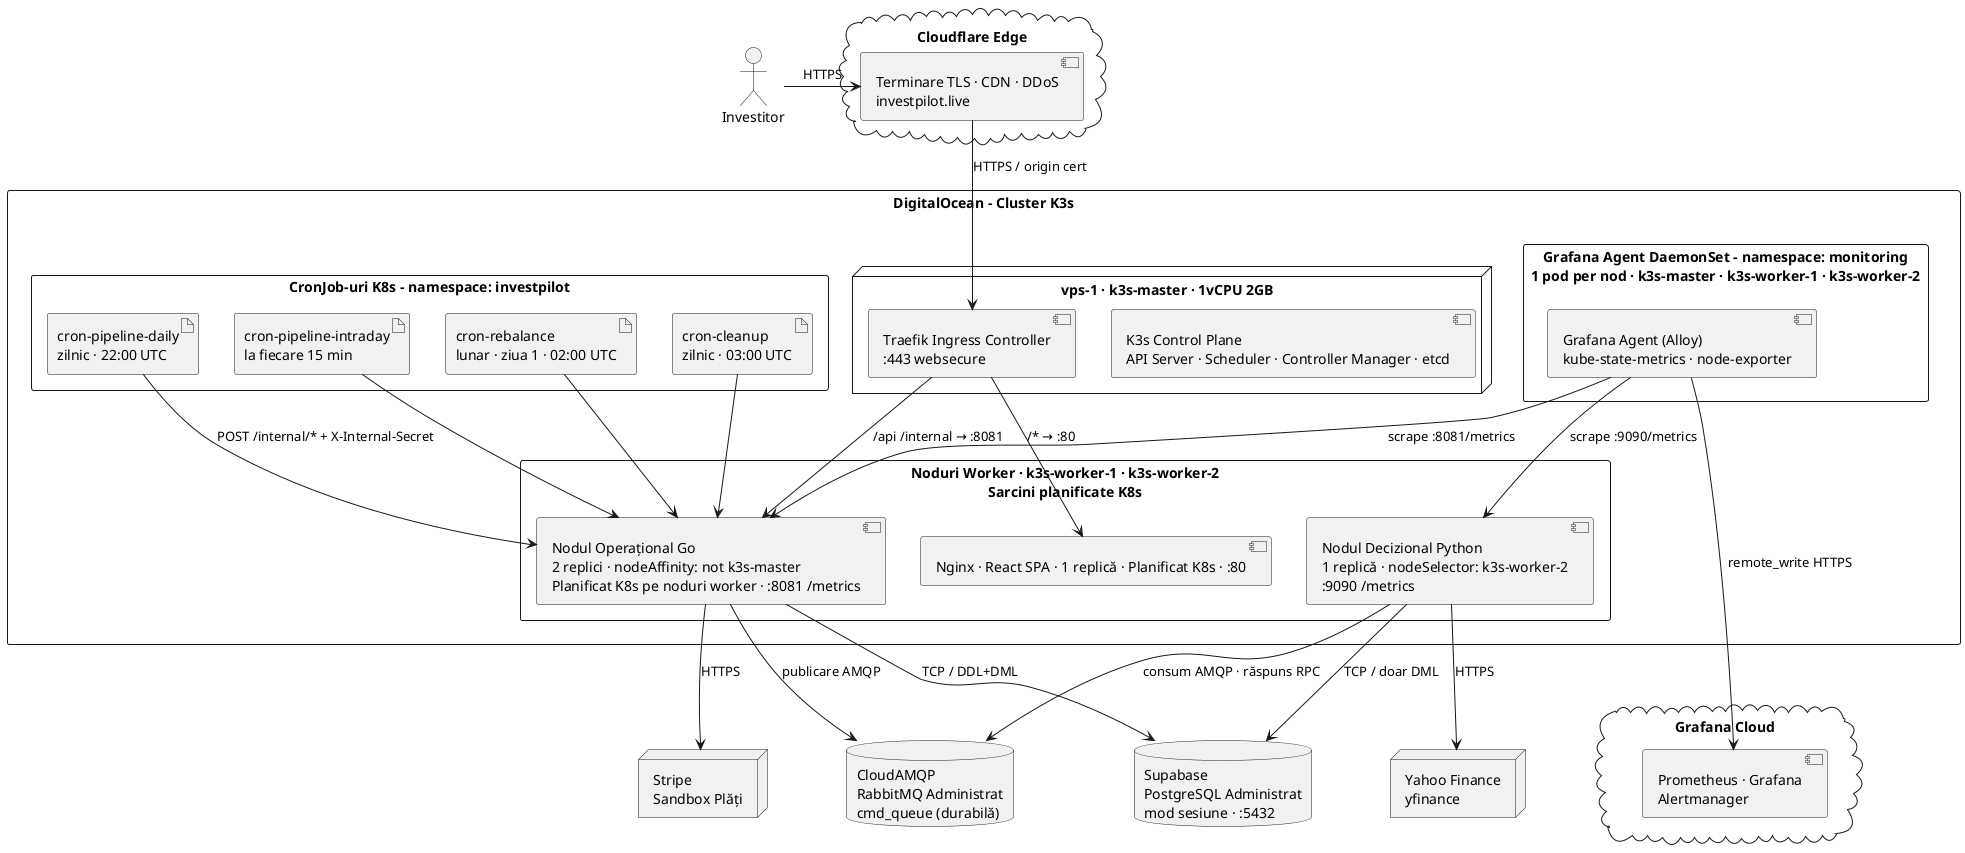
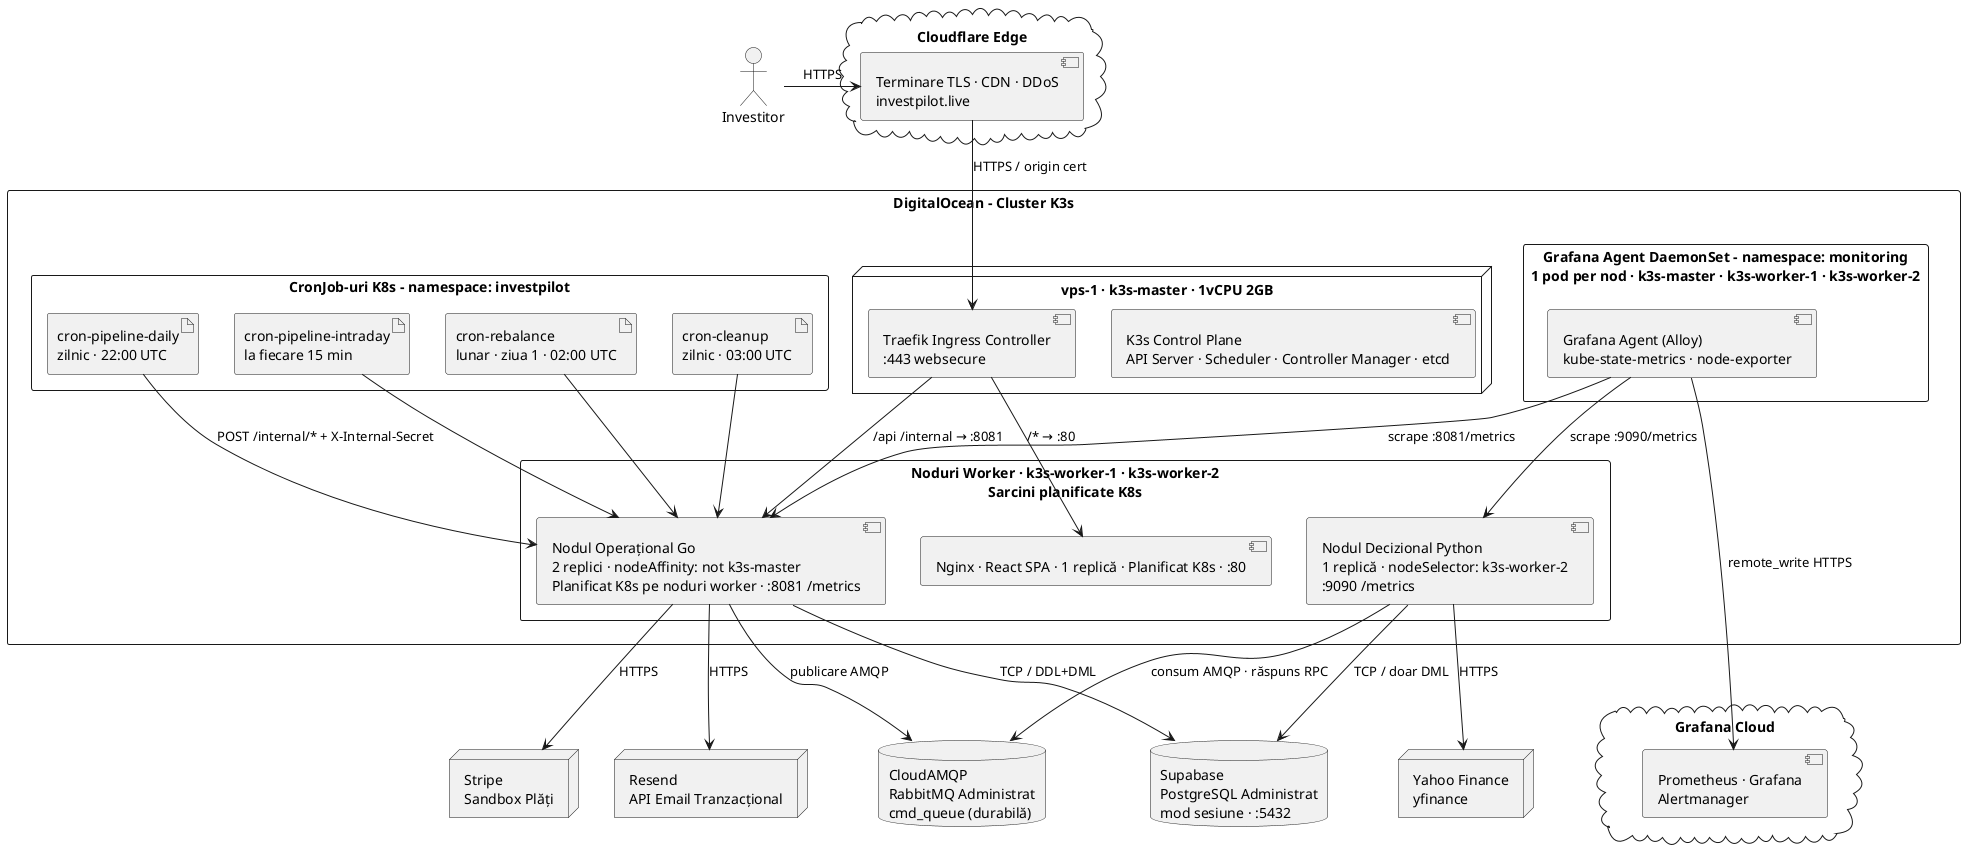
@startuml InvestPilot-Deployment-RO

top to bottom direction

actor "Investitor" as Investor

cloud "Cloudflare Edge" as CF {
    component "Terminare TLS · CDN · DDoS\ninvestpilot.live" as CDN
}


rectangle "DigitalOcean - Cluster K3s" as K3S {

    node "vps-1 · k3s-master · 1vCPU 2GB" as VPS1 {
        component "K3s Control Plane\nAPI Server · Scheduler · Controller Manager · etcd" as ControlPlane
        component "Traefik Ingress Controller\n:443 websecure" as Traefik
    }

    rectangle "Noduri Worker · k3s-worker-1 · k3s-worker-2\nSarcini planificate K8s" as Workers {
        component "Nodul Operațional Go\n2 replici · nodeAffinity: not k3s-master\nPlanificat K8s pe noduri worker · :8081 /metrics" as Go
        component "Nginx · React SPA · 1 replică · Planificat K8s · :80" as Nginx
        component "Nodul Decizional Python\n1 replică · nodeSelector: k3s-worker-2\n:9090 /metrics" as Python
    }

    rectangle "CronJob-uri K8s - namespace: investpilot" as CJ {
        artifact "cron-pipeline-daily\nzilnic · 22:00 UTC" as CronD
        artifact "cron-pipeline-intraday\nla fiecare 15 min" as CronI
        artifact "cron-rebalance\nlunar · ziua 1 · 02:00 UTC" as CronR
        artifact "cron-cleanup\nzilnic · 03:00 UTC" as CronC
    }

    rectangle "Grafana Agent DaemonSet - namespace: monitoring\n1 pod per nod · k3s-master · k3s-worker-1 · k3s-worker-2" as Mon {
        component "Grafana Agent (Alloy)\nkube-state-metrics · node-exporter" as Agent
    }

}

node "Stripe\nSandbox Plăți" as StripeExt
node "Yahoo Finance\nyfinance" as YFin
+ node "Resend\nAPI Email Tranzacțional" as ResendExt

database "Supabase\nPostgreSQL Administrat\nmod sesiune · :5432" as PG
database "CloudAMQP\nRabbitMQ Administrat\ncmd_queue (durabilă)" as AMQP

cloud "Grafana Cloud" as GCloud {
    component "Prometheus · Grafana\nAlertmanager" as GCInner
}

' AMQP la baza
' Python -[hidden]-> AMQP
' GCloud la baza
Mon -[hidden]-> GCloud
Go -[hidden]-> GCloud

Investor -right-> CDN : HTTPS
CDN --> Traefik : HTTPS / origin cert
Traefik --> Nginx : "/* → :80"
Traefik --> Go : "/api /internal → :8081"
CronD --> Go : "POST /internal/* + X-Internal-Secret"
CronI --> Go
CronR --> Go
CronC --> Go
Go --> AMQP : publicare AMQP
Python --> AMQP : "consum AMQP · răspuns RPC"
Go --> PG : TCP / DDL+DML
Python --> PG : TCP / doar DML
Go --> StripeExt : HTTPS
Python --> YFin : HTTPS
Agent --> Go : scrape :8081/metrics
Agent --> Python : scrape :9090/metrics
Agent --> GCInner : remote_write HTTPS
+ Go --> ResendExt : HTTPS
+ ' ResendExt -[hidden]-> StripeExt

@enduml
